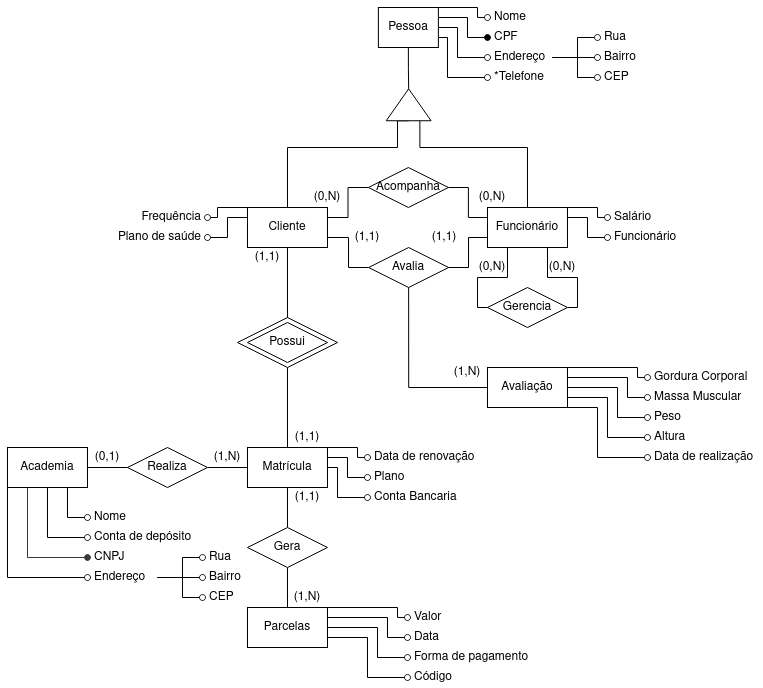
matheus29t/ariana-grande keeps this draw.io diagram as projeto_conceitual.png. Above is the earlier version. Source tidied: cells renumbered, new cells last; positions are measured from the earlier drawing's top-left corner, leaving out a move shared by most shapes.
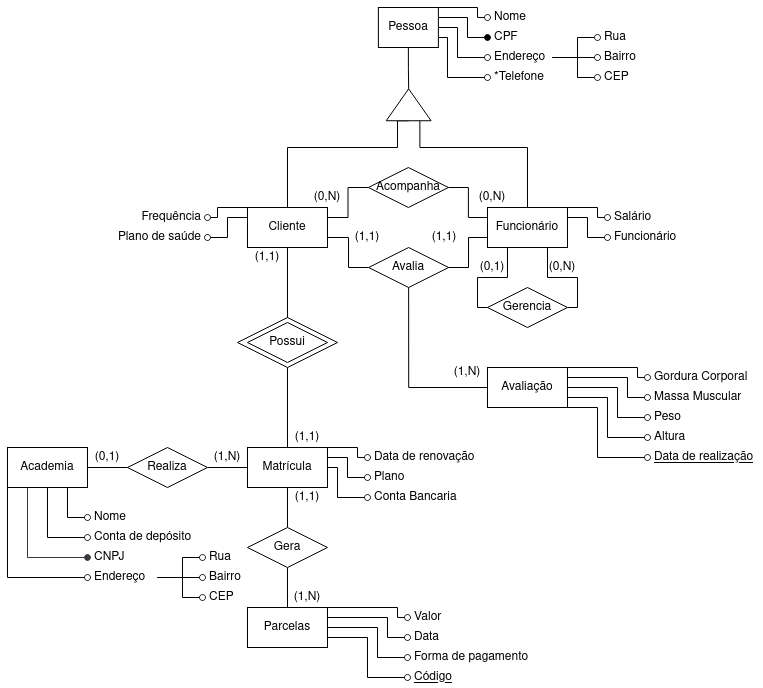
Later version of the same file.

Commit message:
atualizacao do projeto conceitual

What changed in the source:
```diff
@@ -397,7 +397,7 @@
     <mxCell id="72" value="&lt;div align=&quot;left&quot;&gt;Altura&lt;/div&gt;" style="text;html=1;align=left;verticalAlign=middle;" parent="1" vertex="1">
       <mxGeometry x="645" y="420" width="50" height="20" as="geometry" />
     </mxCell>
-    <mxCell id="73" value="&lt;div align=&quot;left&quot;&gt;Data de realização&lt;/div&gt;" style="text;html=1;align=left;verticalAlign=middle;" parent="1" vertex="1">
+    <mxCell id="73" value="&lt;div align=&quot;left&quot;&gt;Data de realização&lt;/div&gt;" style="text;html=1;align=left;verticalAlign=middle;fontStyle=4;" parent="1" vertex="1">
       <mxGeometry x="645" y="440" width="110" height="20" as="geometry" />
     </mxCell>
     <mxCell id="74" value="Valor" style="text;html=1;align=left;verticalAlign=middle;" parent="1" vertex="1">
@@ -409,7 +409,7 @@
     <mxCell id="76" value="&lt;div align=&quot;left&quot;&gt;Forma de pagamento&lt;/div&gt;" style="text;html=1;align=left;verticalAlign=middle;" parent="1" vertex="1">
       <mxGeometry x="405" y="640" width="130" height="20" as="geometry" />
     </mxCell>
-    <mxCell id="77" value="&lt;div align=&quot;left&quot;&gt;Código&lt;/div&gt;" style="text;html=1;align=left;verticalAlign=middle;" parent="1" vertex="1">
+    <mxCell id="77" value="&lt;div align=&quot;left&quot;&gt;Código&lt;/div&gt;" style="text;html=1;align=left;verticalAlign=middle;fontStyle=4;" parent="1" vertex="1">
       <mxGeometry x="405" y="660" width="50" height="20" as="geometry" />
     </mxCell>
     <mxCell id="78" value="Nome" style="text;html=1;align=left;verticalAlign=middle;" parent="1" vertex="1">
@@ -427,7 +427,7 @@
     <mxCell id="82" value="&lt;div align=&quot;center&quot;&gt;Gerencia&lt;/div&gt;" style="rhombus;whiteSpace=wrap;html=1;align=center;" parent="1" vertex="1">
       <mxGeometry x="480" y="280" width="80" height="40" as="geometry" />
     </mxCell>
-    <mxCell id="83" value="(0,N)" style="text;html=1;strokeColor=none;fillColor=none;align=center;verticalAlign=middle;whiteSpace=wrap;rounded=0;" parent="1" vertex="1">
+    <mxCell id="83" value="(0,1)" style="text;html=1;strokeColor=none;fillColor=none;align=center;verticalAlign=middle;whiteSpace=wrap;rounded=0;" parent="1" vertex="1">
       <mxGeometry x="465" y="250" width="40" height="20" as="geometry" />
     </mxCell>
     <mxCell id="84" value="(0,N)" style="text;html=1;strokeColor=none;fillColor=none;align=center;verticalAlign=middle;whiteSpace=wrap;rounded=0;" parent="1" vertex="1">
```
